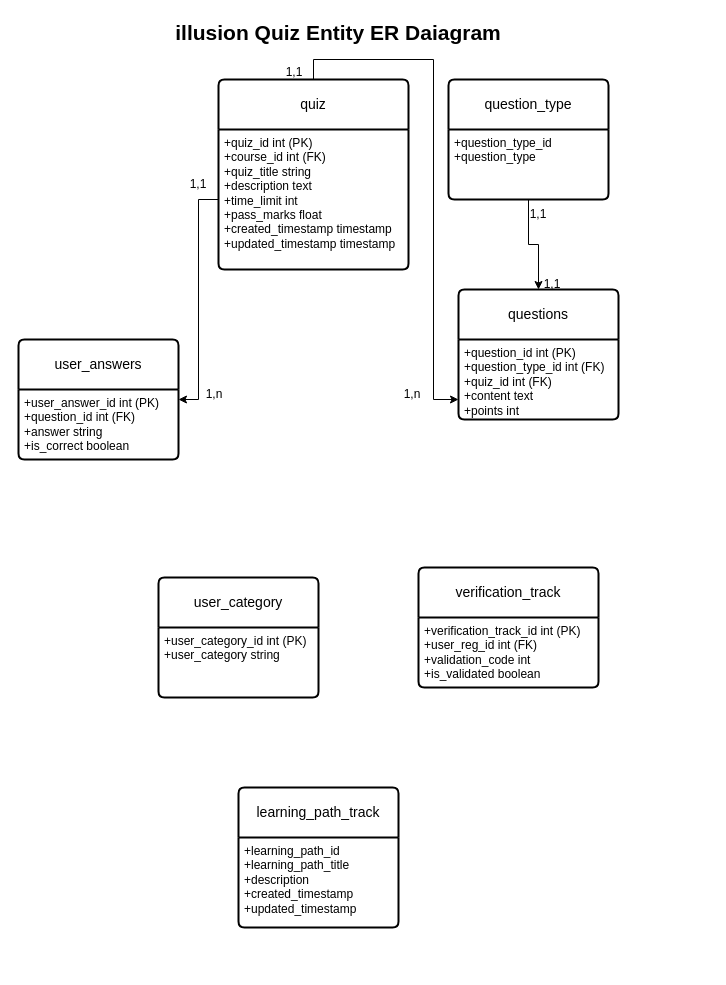
Earlier version of the draw.io diagram illusion hackathon db model schema 2.drawio (The-Illusion-services/illusion-BE). Source tidied: cells renumbered, new cells numbered last; positions are measured from the earlier drawing's top-left corner, leaving out a move shared by most shapes. Both pictures are drawn from the tidied source at 100%, with x=0, y=0 at pixel (18, 17).
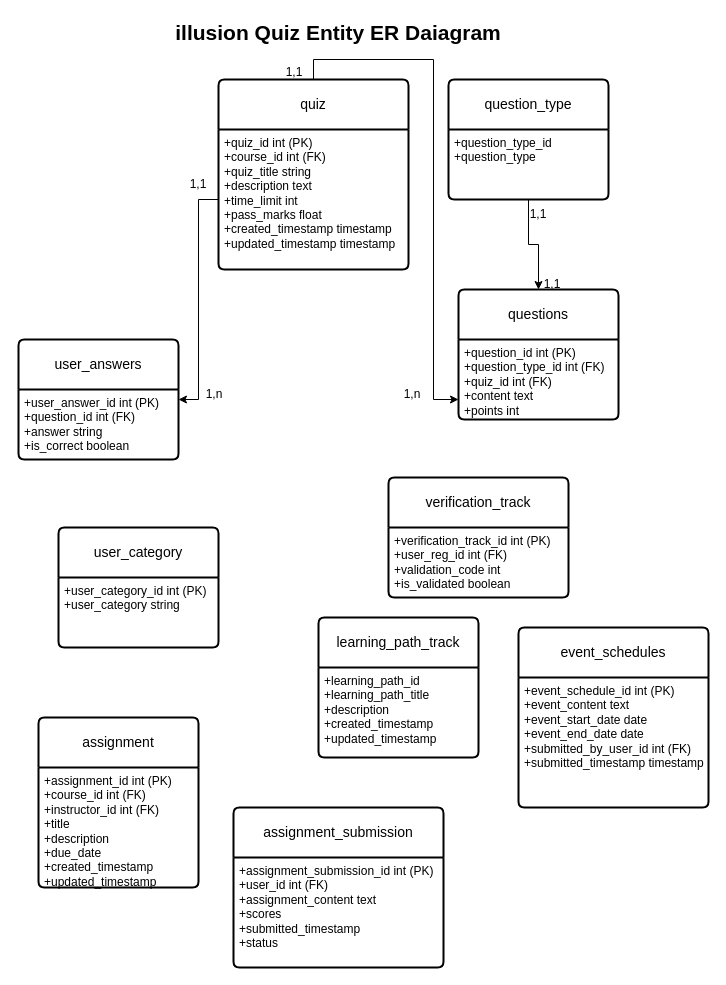
The same diagram, later.

What changed in the source:
```diff
@@
     <mxCell id="21" value="user_category" style="swimlane;horizontal=1;startSize=50;rounded=1;fontSize=14;fontStyle=0;strokeWidth=2;shadow=0;dashed=0;align=center;arcSize=4;whiteSpace=wrap;html=1;" parent="1" vertex="1">
-      <mxGeometry x="140" y="560" width="160" height="120" as="geometry" />
+      <mxGeometry x="40" y="510" width="160" height="120" as="geometry" />
     </mxCell>
@@
     <mxCell id="23" value="verification_track" style="swimlane;horizontal=1;startSize=50;rounded=1;fontSize=14;fontStyle=0;strokeWidth=2;shadow=0;dashed=0;align=center;arcSize=4;whiteSpace=wrap;html=1;" parent="1" vertex="1">
-      <mxGeometry x="400" y="550" width="180" height="120" as="geometry" />
+      <mxGeometry x="370" y="460" width="180" height="120" as="geometry" />
     </mxCell>
@@
     <mxCell id="25" value="learning_path_track" style="swimlane;horizontal=1;startSize=50;rounded=1;fontSize=14;fontStyle=0;strokeWidth=2;shadow=0;dashed=0;align=center;arcSize=4;whiteSpace=wrap;html=1;" parent="1" vertex="1">
-      <mxGeometry x="220" y="770" width="160" height="140" as="geometry" />
+      <mxGeometry x="300" y="600" width="160" height="140" as="geometry" />
     </mxCell>
@@
+    <mxCell id="27" value="assignment" style="swimlane;horizontal=1;startSize=50;rounded=1;fontSize=14;fontStyle=0;strokeWidth=2;shadow=0;dashed=0;align=center;arcSize=4;whiteSpace=wrap;html=1;" parent="1" vertex="1">
+      <mxGeometry x="20" y="700" width="160" height="170" as="geometry" />
+    </mxCell>
+    <mxCell id="28" value="+assignment_id int (PK)&lt;br&gt;+course_id int (FK)&lt;br&gt;&lt;div&gt;+instructor_id int (FK)&lt;/div&gt;&lt;div&gt;+title&lt;/div&gt;&lt;div&gt;+description&lt;/div&gt;&lt;div&gt;+due_date&lt;/div&gt;&lt;div&gt;+created_timestamp&lt;/div&gt;&lt;div&gt;+updated_timestamp&lt;br&gt;&lt;/div&gt;" style="align=left;strokeColor=none;fillColor=none;spacingLeft=4;fontSize=12;verticalAlign=top;html=1;" parent="27" vertex="1">
+      <mxGeometry y="50" width="160" height="120" as="geometry" />
+    </mxCell>
+    <mxCell id="29" value="assignment_submission" style="swimlane;horizontal=1;startSize=50;rounded=1;fontSize=14;fontStyle=0;strokeWidth=2;shadow=0;dashed=0;align=center;arcSize=4;whiteSpace=wrap;html=1;" parent="1" vertex="1">
+      <mxGeometry x="215" y="790" width="210" height="160" as="geometry" />
+    </mxCell>
+    <mxCell id="30" value="+assignment_submission_id int (PK)&lt;br&gt;+user_id int (FK)&lt;br&gt;&lt;div&gt;+assignment_content text&lt;/div&gt;&lt;div&gt;+scores&lt;/div&gt;&lt;div&gt;+submitted_timestamp&lt;/div&gt;&lt;div&gt;+status&lt;br&gt;&lt;/div&gt;" style="align=left;strokeColor=none;fillColor=none;spacingLeft=4;fontSize=12;verticalAlign=top;html=1;" parent="29" vertex="1">
+      <mxGeometry y="50" width="210" height="110" as="geometry" />
+    </mxCell>
+    <mxCell id="31" value="event_schedules" style="swimlane;horizontal=1;startSize=50;rounded=1;fontSize=14;fontStyle=0;strokeWidth=2;shadow=0;dashed=0;align=center;arcSize=4;whiteSpace=wrap;html=1;" parent="1" vertex="1">
+      <mxGeometry x="500" y="610" width="190" height="180" as="geometry" />
+    </mxCell>
+    <mxCell id="32" value="+event_schedule_id int (PK)&lt;br&gt;+event_content text&lt;br&gt;&lt;div&gt;+event_start_date date&lt;br&gt;&lt;/div&gt;&lt;div&gt;+event_end_date date&lt;br&gt;&lt;/div&gt;&lt;div&gt;+submitted_by_user_id int (FK)&lt;br&gt;&lt;/div&gt;&lt;div&gt;+submitted_timestamp timestamp&lt;br&gt;&lt;/div&gt;" style="align=left;strokeColor=none;fillColor=none;spacingLeft=4;fontSize=12;verticalAlign=top;html=1;" parent="31" vertex="1">
+      <mxGeometry y="50" width="190" height="130" as="geometry" />
+    </mxCell>
```
